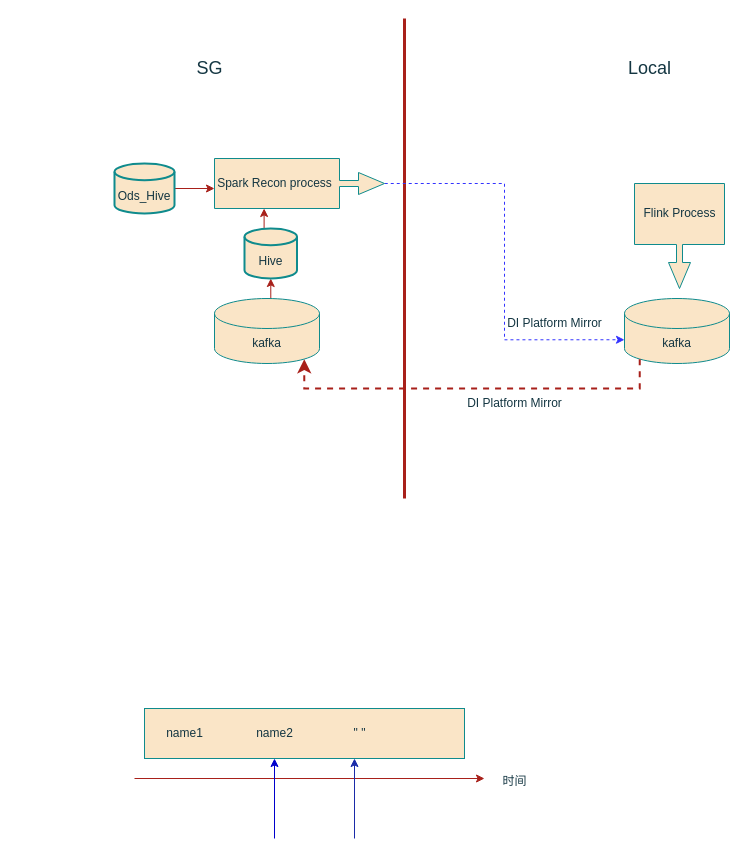
Above: 未命名绘图.drawio in LadyTao/learn (draw.io), before the change. Source tidied: cells renumbered, new cells numbered last; positions are measured from the earlier drawing's top-left corner, leaving out a move shared by most shapes. Both pictures are drawn from the tidied source at 100%, with x=0, y=0 at pixel (114, 18).
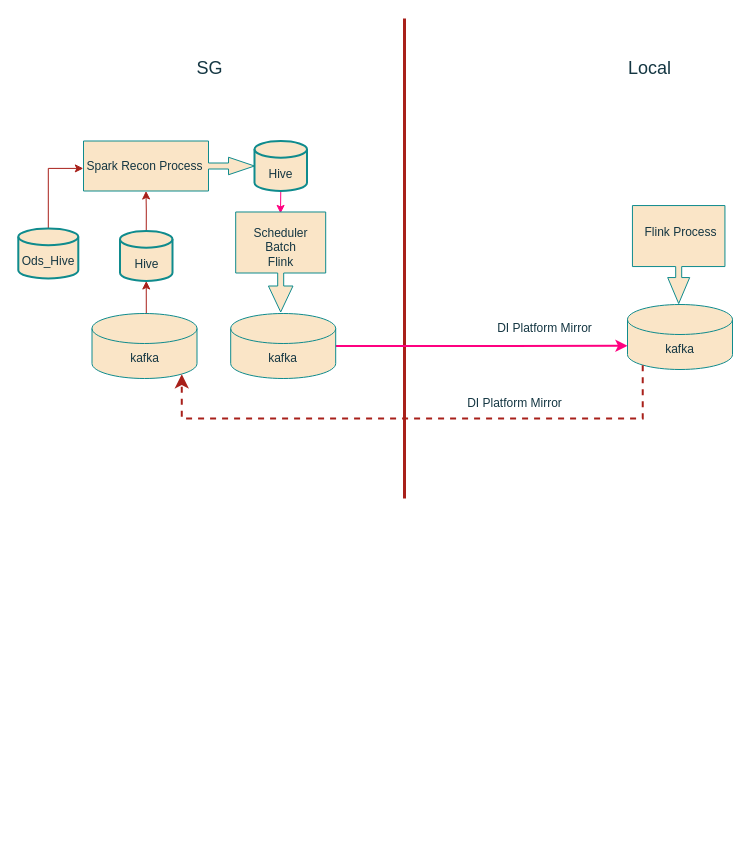
Above is the later version.

Commit message:
更新未命名绘图.drawio

The edit, as a diff of the source:
```diff
@@
     <mxCell id="2" value="kafka" style="shape=cylinder3;whiteSpace=wrap;html=1;boundedLbl=1;backgroundOutline=1;size=15;rotation=0;labelBackgroundColor=none;fillColor=#FAE5C7;strokeColor=#0F8B8D;fontColor=#143642;" parent="1" vertex="1">
-      <mxGeometry x="510" y="280" width="105" height="65" as="geometry" />
+      <mxGeometry x="513" y="286" width="105" height="65" as="geometry" />
     </mxCell>
@@
     <mxCell id="4" value="kafka" style="shape=cylinder3;whiteSpace=wrap;html=1;boundedLbl=1;backgroundOutline=1;size=15;rotation=0;labelBackgroundColor=none;fillColor=#FAE5C7;strokeColor=#0F8B8D;fontColor=#143642;" parent="1" vertex="1">
-      <mxGeometry x="100" y="280" width="105" height="65" as="geometry" />
+      <mxGeometry x="-22.5" y="295" width="105" height="65" as="geometry" />
     </mxCell>
-    <mxCell id="5" style="edgeStyle=orthogonalEdgeStyle;rounded=0;jettySize=auto;html=1;exitX=0.5;exitY=0;exitDx=0;exitDy=0;exitPerimeter=0;entryX=0;entryY=0;entryDx=49.625;entryDy=50;entryPerimeter=0;strokeColor=#A8201A;fontColor=#143642;fillColor=#FAE5C7;" parent="1" edge="1" source="6" target="17">
+    <mxCell id="5" style="edgeStyle=orthogonalEdgeStyle;rounded=0;jettySize=auto;html=1;exitX=0.5;exitY=0;exitDx=0;exitDy=0;exitPerimeter=0;entryX=0;entryY=0;entryDx=62.5;entryDy=50;entryPerimeter=0;strokeColor=#A8201A;fontColor=#143642;fillColor=#FAE5C7;" parent="1" edge="1" source="6" target="17">
       <mxGeometry relative="1" as="geometry" />
     </mxCell>
     <mxCell id="6" value="&lt;br&gt;Hive" style="strokeWidth=2;html=1;shape=mxgraph.flowchart.database;whiteSpace=wrap;labelBackgroundColor=none;fillColor=#FAE5C7;strokeColor=#0F8B8D;fontColor=#143642;" parent="1" vertex="1">
-      <mxGeometry x="130" y="210" width="52.5" height="50" as="geometry" />
+      <mxGeometry x="5.5" y="212.5" width="52.5" height="50" as="geometry" />
     </mxCell>
@@
     <mxCell id="10" style="edgeStyle=elbowEdgeStyle;elbow=horizontal;endArrow=classic;html=1;curved=0;rounded=0;endSize=8;startSize=8;exitX=0.145;exitY=1;exitDx=0;exitDy=-4.35;exitPerimeter=0;entryX=0.855;entryY=1;entryDx=0;entryDy=-4.35;entryPerimeter=0;dashed=1;strokeWidth=2;labelBackgroundColor=none;strokeColor=#A8201A;fontColor=default;" parent="1" edge="1" source="2" target="4">
       <mxGeometry relative="1" as="geometry">
         <Array as="points">
+          <mxPoint x="290" y="400" />
           <mxPoint x="350" y="370" />
         </Array>
       </mxGeometry>
     </mxCell>
     <mxCell id="11" style="html=1;shadow=0;dashed=0;align=center;verticalAlign=middle;shape=mxgraph.arrows2.calloutArrow;dy=3;dx=26;notch=61;arrowHead=8;strokeColor=#0F8B8D;fontColor=#143642;fillColor=#FAE5C7;rotation=90;" parent="1" vertex="1">
-      <mxGeometry x="512.5" y="172.5" width="105" height="90" as="geometry" />
+      <mxGeometry x="515.2" y="189.8" width="98" height="92.5" as="geometry" />
     </mxCell>
     <mxCell id="12" value="Flink Process" style="text;html=1;align=center;verticalAlign=middle;strokeColor=none;fillColor=none;fontColor=#143642;" parent="1" vertex="1">
-      <mxGeometry x="515" y="180" width="100" height="30" as="geometry" />
+      <mxGeometry x="515.5" y="198.5" width="100" height="30" as="geometry" />
     </mxCell>
@@
-    <mxCell id="14" style="edgeStyle=orthogonalEdgeStyle;rounded=0;jettySize=auto;html=1;exitX=1;exitY=0.5;exitDx=0;exitDy=0;exitPerimeter=0;entryX=0;entryY=0.6;entryDx=0;entryDy=0;entryPerimeter=0;strokeColor=#A8201A;fontColor=#143642;fillColor=#FAE5C7;" parent="1" edge="1" source="15" target="17">
+    <mxCell id="14" style="edgeStyle=orthogonalEdgeStyle;rounded=0;jettySize=auto;html=1;exitX=0.5;exitY=0;exitDx=0;exitDy=0;exitPerimeter=0;entryX=-0.001;entryY=0.548;entryDx=0;entryDy=0;entryPerimeter=0;strokeColor=#A8201A;fontColor=#143642;fillColor=#FAE5C7;" parent="1" edge="1" source="15" target="17">
       <mxGeometry relative="1" as="geometry" />
     </mxCell>
     <mxCell id="15" value="&lt;br&gt;Ods_Hive" style="strokeWidth=2;html=1;shape=mxgraph.flowchart.database;whiteSpace=wrap;labelBackgroundColor=none;fillColor=#FAE5C7;strokeColor=#0F8B8D;fontColor=#143642;" parent="1" vertex="1">
-      <mxGeometry y="145" width="60" height="50" as="geometry" />
+      <mxGeometry x="-96.2" y="210" width="60" height="50" as="geometry" />
     </mxCell>
-    <mxCell id="16" style="edgeStyle=orthogonalEdgeStyle;rounded=0;jettySize=auto;html=1;exitX=0;exitY=0;exitDx=146.25;exitDy=25;exitPerimeter=0;entryX=0;entryY=0;entryDx=0;entryDy=41.25;entryPerimeter=0;strokeColor=#3333FF;fontColor=#143642;fillColor=#FAE5C7;dashed=1;" parent="1" edge="1" source="17" target="2">
-      <mxGeometry relative="1" as="geometry" />
-    </mxCell>
-    <mxCell id="17" style="html=1;shadow=0;dashed=0;align=center;verticalAlign=middle;shape=mxgraph.arrows2.calloutArrow;dy=3;dx=26;notch=125;arrowHead=8;strokeColor=#0F8B8D;fontColor=#143642;fillColor=#FAE5C7;rotation=0;" parent="1" vertex="1">
-      <mxGeometry x="100" y="140" width="170" height="50" as="geometry" />
+    <mxCell id="17" style="html=1;shadow=0;dashed=0;align=center;verticalAlign=middle;shape=mxgraph.arrows2.calloutArrow;dy=3;dx=26;notch=125;arrowHead=5.76;strokeColor=#0F8B8D;fontColor=#143642;fillColor=#FAE5C7;rotation=0;" parent="1" vertex="1">
+      <mxGeometry x="-31" y="122.5" width="171" height="50" as="geometry" />
     </mxCell>
-    <mxCell id="18" value="Spark Recon process" style="text;html=1;align=center;verticalAlign=middle;strokeColor=none;fillColor=none;fontColor=#143642;" parent="1" vertex="1">
-      <mxGeometry x="90" y="150" width="140" height="30" as="geometry" />
+    <mxCell id="18" value="Spark Recon Process" style="text;html=1;align=center;verticalAlign=middle;strokeColor=none;fillColor=none;fontColor=#143642;" parent="1" vertex="1">
+      <mxGeometry x="-40" y="132.5" width="140" height="30" as="geometry" />
     </mxCell>
     <mxCell id="19" value="DI Platform Mirror" style="text;html=1;align=center;verticalAlign=middle;strokeColor=none;fillColor=none;fontColor=#143642;" parent="1" vertex="1">
-      <mxGeometry x="380" y="290" width="120" height="30" as="geometry" />
+      <mxGeometry x="370" y="295" width="120" height="30" as="geometry" />
     </mxCell>
-    <mxCell id="20" style="rounded=0;whiteSpace=wrap;html=1;strokeColor=#0F8B8D;fontColor=#143642;fillColor=#FAE5C7;" parent="1" vertex="1">
-      <mxGeometry x="30" y="690" width="320" height="50" as="geometry" />
-    </mxCell>
-    <mxCell id="21" value="name1" style="text;html=1;align=center;verticalAlign=middle;strokeColor=none;fillColor=none;fontColor=#143642;" parent="1" vertex="1">
-      <mxGeometry x="40" y="700" width="60" height="30" as="geometry" />
-    </mxCell>
-    <mxCell id="22" value="name2" style="text;html=1;align=center;verticalAlign=middle;strokeColor=none;fillColor=none;fontColor=#143642;" parent="1" vertex="1">
-      <mxGeometry x="130" y="700" width="60" height="30" as="geometry" />
-    </mxCell>
-    <mxCell id="23" value="&quot; &quot;" style="text;html=1;align=center;verticalAlign=middle;strokeColor=none;fillColor=none;fontColor=#143642;" parent="1" vertex="1">
-      <mxGeometry x="225" y="700" width="40" height="30" as="geometry" />
-    </mxCell>
-    <mxCell id="24" style="endArrow=classic;html=1;rounded=0;strokeColor=#A8201A;fontColor=#143642;fillColor=#FAE5C7;" parent="1" edge="1">
-      <mxGeometry relative="1" as="geometry">
-        <mxPoint x="20" y="760" as="sourcePoint" />
-        <mxPoint x="370" y="760" as="targetPoint" />
-      </mxGeometry>
-    </mxCell>
-    <mxCell id="25" value="时间" style="text;html=1;align=center;verticalAlign=middle;strokeColor=none;fillColor=none;fontColor=#143642;" parent="1" vertex="1">
-      <mxGeometry x="375" y="748" width="50" height="30" as="geometry" />
-    </mxCell>
-    <mxCell id="26" style="endArrow=classic;html=1;rounded=0;strokeColor=#1a2ba8;fontColor=#143642;fillColor=#FAE5C7;" parent="1" edge="1">
-      <mxGeometry relative="1" as="geometry">
-        <mxPoint x="240" y="820" as="sourcePoint" />
-        <mxPoint x="240" y="740" as="targetPoint" />
-      </mxGeometry>
-    </mxCell>
-    <mxCell id="27" style="endArrow=classic;html=1;rounded=0;strokeColor=#0000CC;fontColor=#143642;fillColor=#FAE5C7;" parent="1" edge="1">
-      <mxGeometry relative="1" as="geometry">
-        <mxPoint x="160" y="820" as="sourcePoint" />
-        <mxPoint x="160" y="740" as="targetPoint" />
-      </mxGeometry>
-    </mxCell>
+    <mxCell id="28" style="edgeStyle=orthogonalEdgeStyle;rounded=0;jettySize=auto;html=1;exitX=0.5;exitY=1;exitDx=0;exitDy=0;exitPerimeter=0;entryX=0.014;entryY=0.502;entryDx=0;entryDy=0;entryPerimeter=0;strokeColor=#FF0080;fontColor=#143642;fillColor=#FAE5C7;" parent="1" edge="1" source="29" target="30">
+      <mxGeometry relative="1" as="geometry" />
+    </mxCell>
+    <mxCell id="29" value="&lt;br&gt;Hive" style="strokeWidth=2;html=1;shape=mxgraph.flowchart.database;whiteSpace=wrap;labelBackgroundColor=none;fillColor=#FAE5C7;strokeColor=#0F8B8D;fontColor=#143642;" parent="1" vertex="1">
+      <mxGeometry x="140" y="122.5" width="52.5" height="50" as="geometry" />
+    </mxCell>
+    <mxCell id="30" style="html=1;shadow=0;dashed=0;align=center;verticalAlign=middle;shape=mxgraph.arrows2.calloutArrow;dy=3;dx=26;notch=61;arrowHead=9.27;strokeColor=#0F8B8D;fontColor=#143642;fillColor=#FAE5C7;rotation=90;" parent="1" vertex="1">
+      <mxGeometry x="116.2" y="198.5" width="100" height="90" as="geometry" />
+    </mxCell>
+    <mxCell id="31" value="Scheduler &lt;br&gt;Batch &lt;br&gt;Flink" style="text;html=1;align=center;verticalAlign=middle;strokeColor=none;fillColor=none;fontColor=#143642;" parent="1" vertex="1">
+      <mxGeometry x="126.2" y="198.5" width="80" height="60" as="geometry" />
+    </mxCell>
+    <mxCell id="32" style="edgeStyle=orthogonalEdgeStyle;rounded=0;jettySize=auto;html=1;exitX=1;exitY=0.5;exitDx=0;exitDy=0;exitPerimeter=0;entryX=0;entryY=0;entryDx=0;entryDy=41.25;entryPerimeter=0;strokeColor=#FF0080;fontColor=#143642;fillColor=#FAE5C7;strokeWidth=2;" parent="1" edge="1" source="33" target="2">
+      <mxGeometry relative="1" as="geometry" />
+    </mxCell>
+    <mxCell id="33" value="kafka" style="shape=cylinder3;whiteSpace=wrap;html=1;boundedLbl=1;backgroundOutline=1;size=15;rotation=0;labelBackgroundColor=none;fillColor=#FAE5C7;strokeColor=#0F8B8D;fontColor=#143642;" parent="1" vertex="1">
+      <mxGeometry x="116.2" y="295" width="105" height="65" as="geometry" />
+    </mxCell>
```
